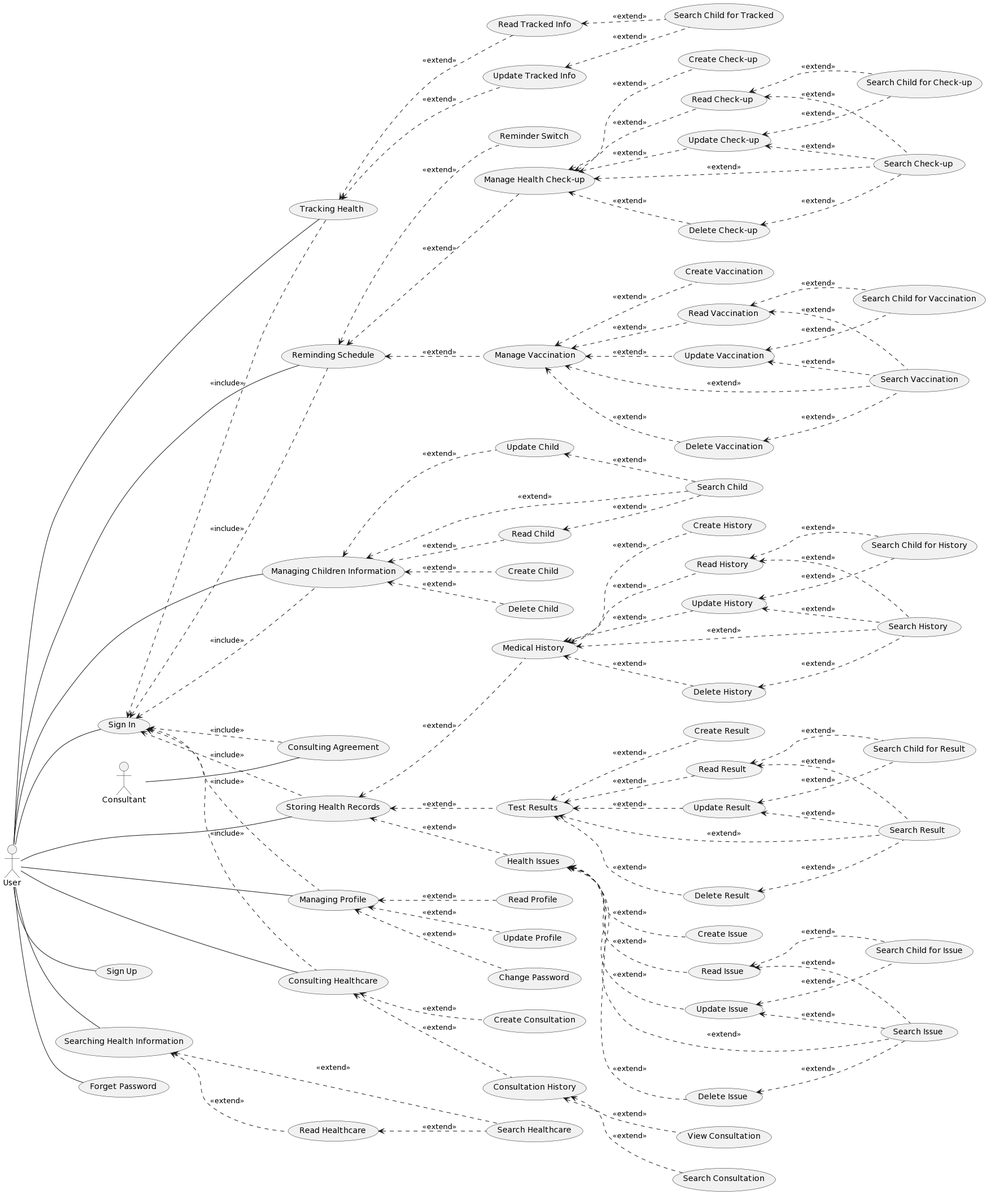
This is Lab 1/Lab 1.2/usecase/usecase-diagram.png from quangnk97/SE357-Pratice-class, a PlantUML export, as it was before one commit.
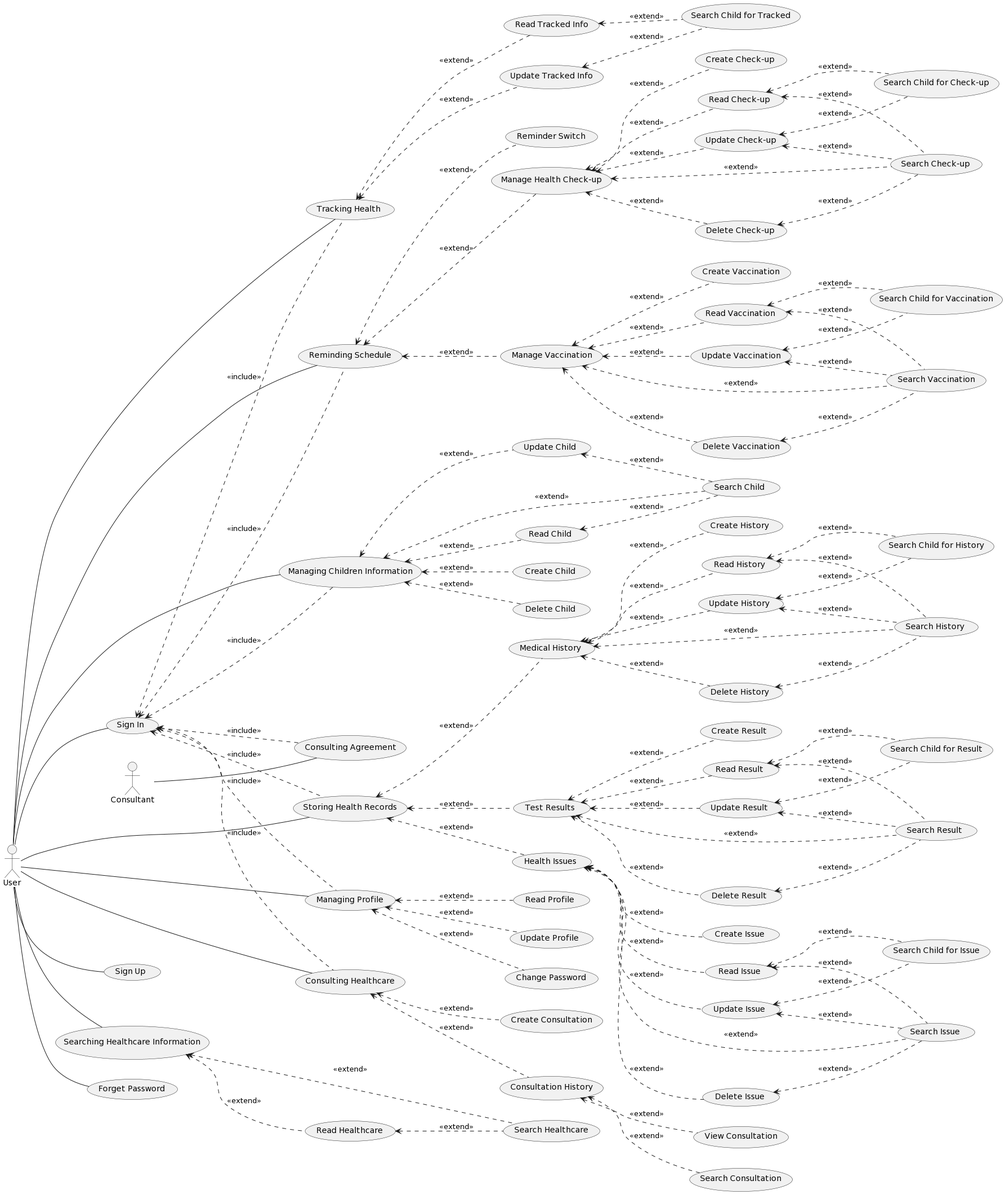
Above is the later version.

Diff of the diagram source:
```diff
@@ -4,7 +4,7 @@
 
 (Sign In) as (UC1)
 (Sign Up) as (UC2)
-(Searching Health Information) as (UC3)
+(Searching Healthcare Information) as (UC3)
 (Managing Children Information) as (UC4)
 (Tracking Health) as (UC5)
 (Storing Health Records) as (UC6)
```
